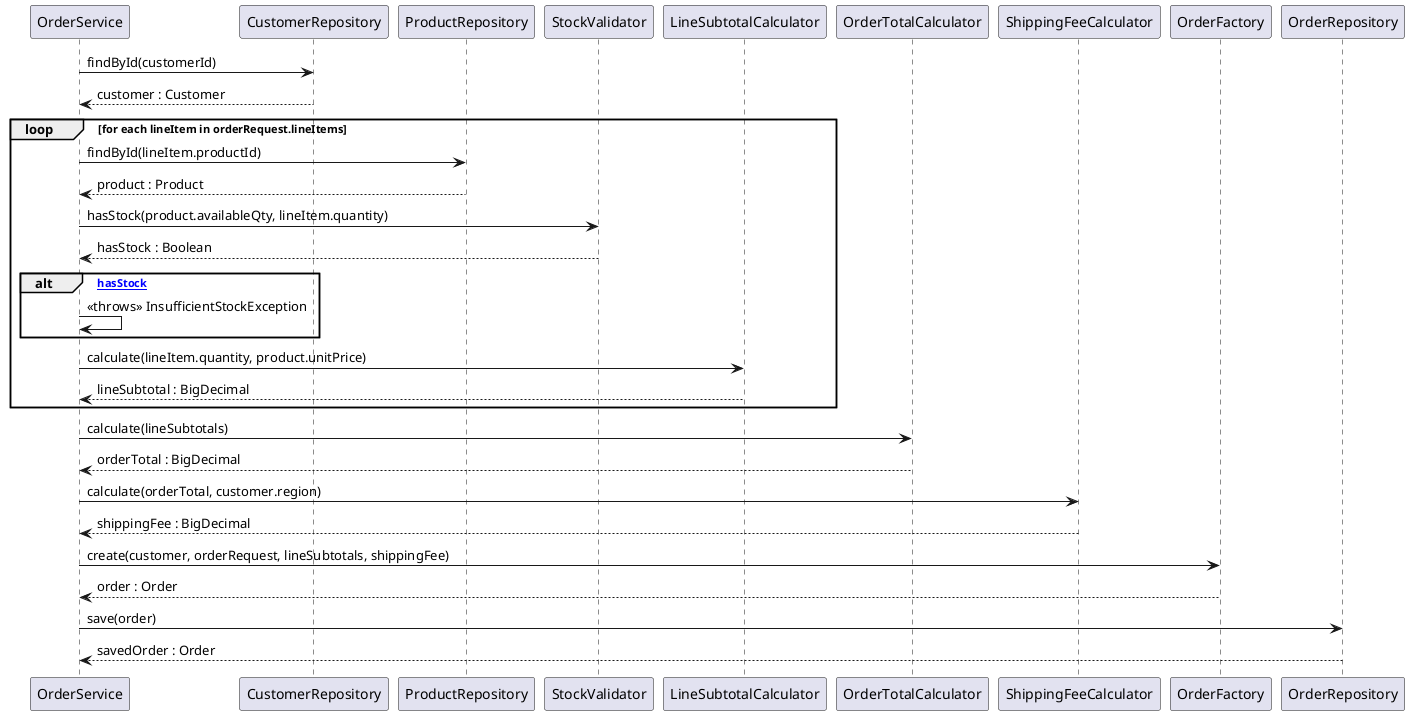
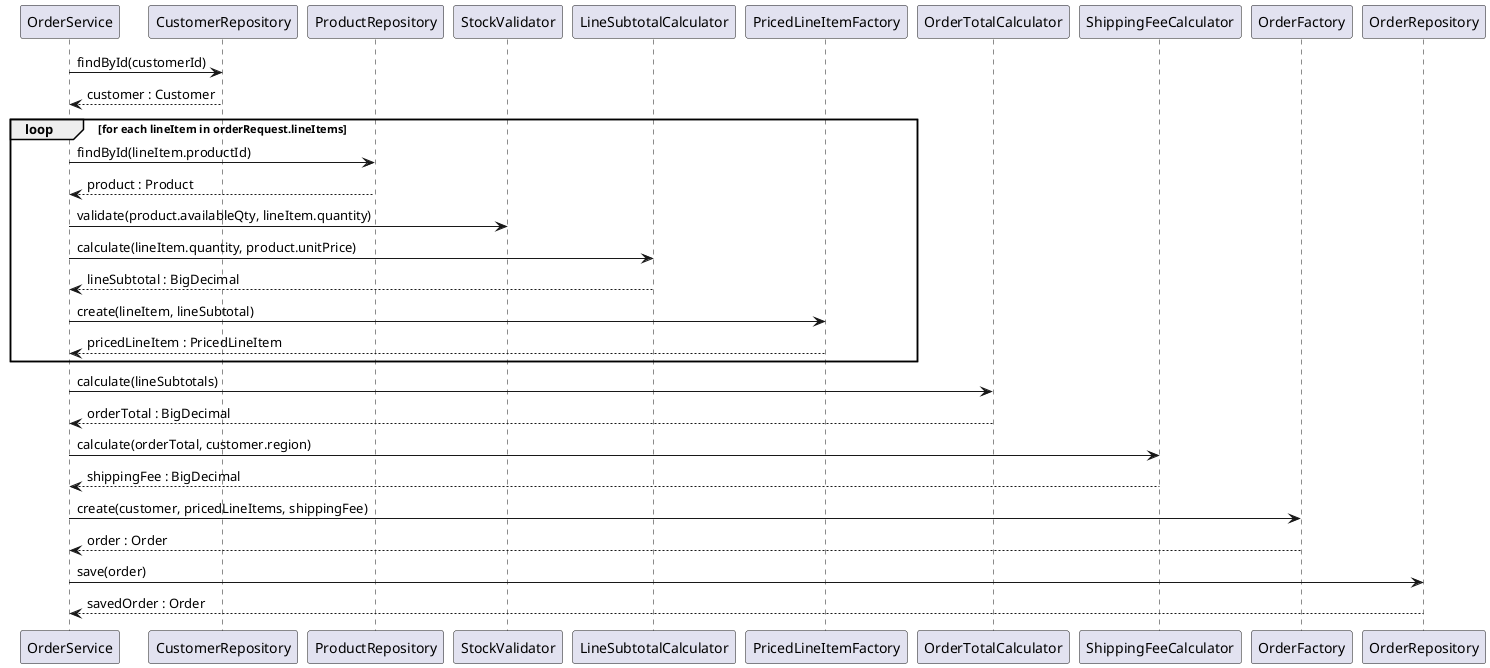
@startuml
' @package com.disc.order
OrderService -> CustomerRepository: findById(customerId)
CustomerRepository --> OrderService: customer : Customer
loop for each lineItem in orderRequest.lineItems
    OrderService -> ProductRepository: findById(lineItem.productId)
    ProductRepository --> OrderService: product : Product
-     OrderService -> StockValidator: hasStock(product.availableQty, lineItem.quantity)
-     StockValidator --> OrderService: hasStock : Boolean
-     alt [not hasStock]
-         OrderService -> OrderService: <<throws>> InsufficientStockException
-     end
+     OrderService -> StockValidator: validate(product.availableQty, lineItem.quantity)
    OrderService -> LineSubtotalCalculator: calculate(lineItem.quantity, product.unitPrice)
    LineSubtotalCalculator --> OrderService: lineSubtotal : BigDecimal
+     OrderService -> PricedLineItemFactory: create(lineItem, lineSubtotal)
+     PricedLineItemFactory --> OrderService: pricedLineItem : PricedLineItem
end
OrderService -> OrderTotalCalculator: calculate(lineSubtotals)
OrderTotalCalculator --> OrderService: orderTotal : BigDecimal
OrderService -> ShippingFeeCalculator: calculate(orderTotal, customer.region)
ShippingFeeCalculator --> OrderService: shippingFee : BigDecimal
- OrderService -> OrderFactory: create(customer, orderRequest, lineSubtotals, shippingFee)
+ OrderService -> OrderFactory: create(customer, pricedLineItems, shippingFee)
OrderFactory --> OrderService: order : Order
OrderService -> OrderRepository: save(order)
OrderRepository --> OrderService: savedOrder : Order
@enduml
